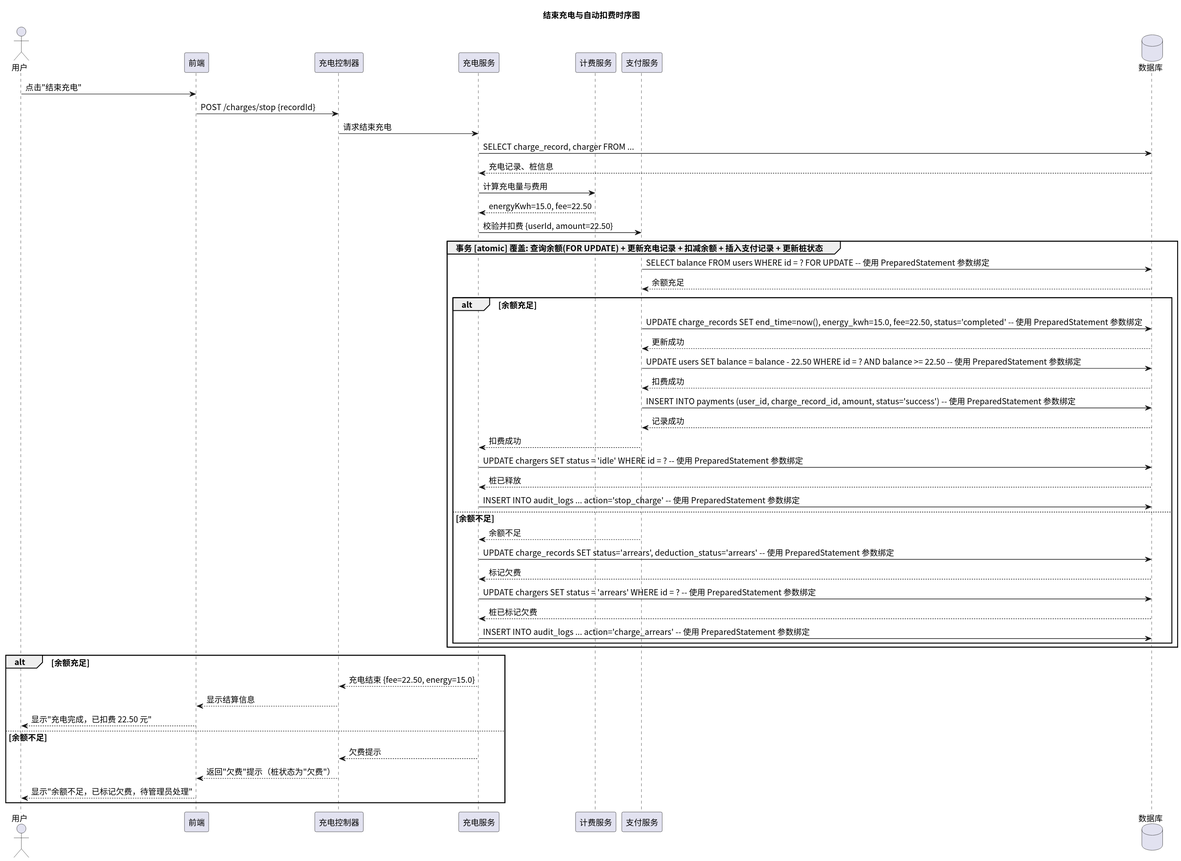
The PlantUML diagram time/img/sequence_stop_charge.svg in greenhandzdl/charging-station-doc, before a commit.
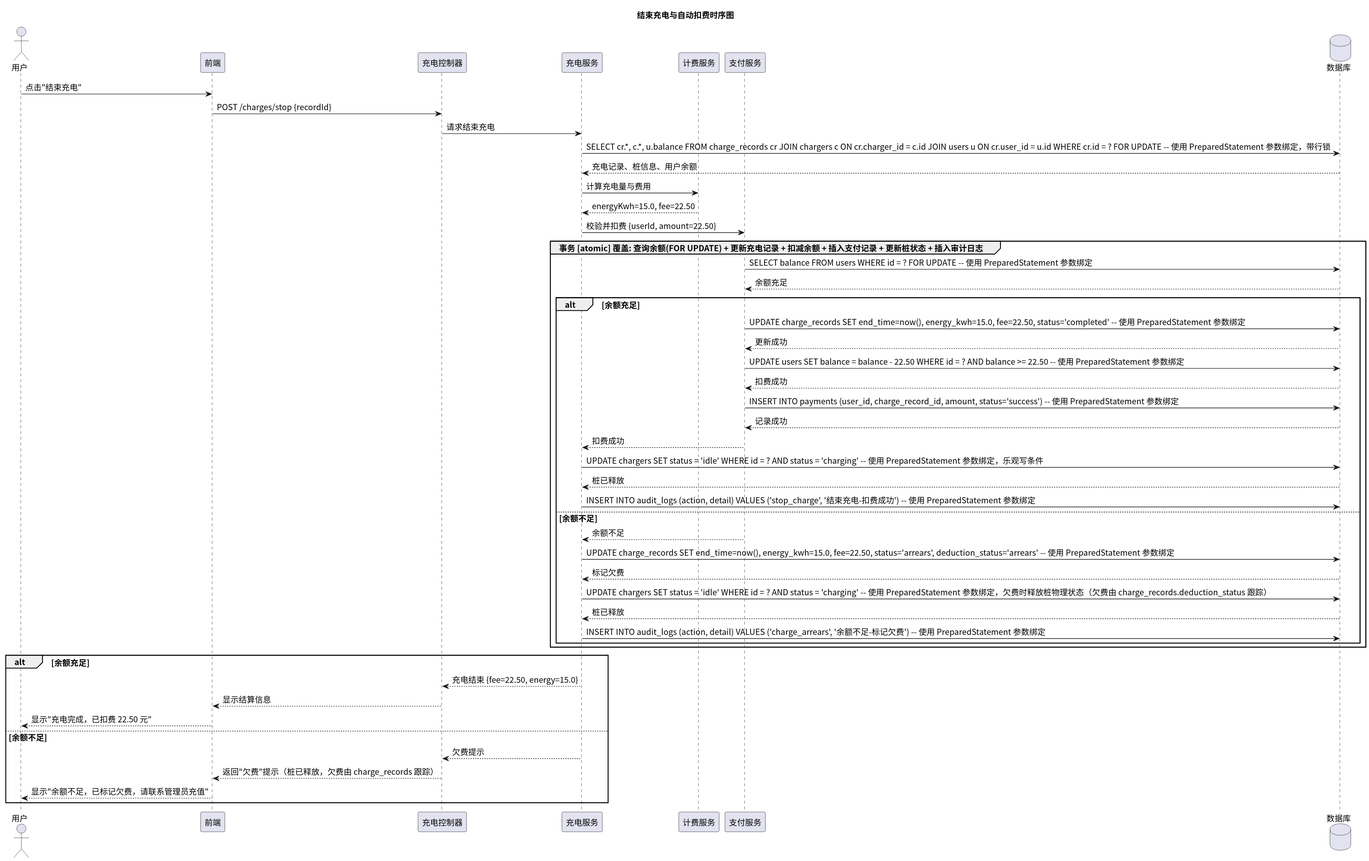
The same diagram one commit later.

Change to the diagram source:
```diff
@@ -15,15 +15,15 @@
 FE -> Ctrl: POST /charges/stop {recordId}
 Ctrl -> Service: 请求结束充电
 
-Service -> DB: SELECT charge_record, charger FROM ...
-DB --> Service: 充电记录、桩信息
+Service -> DB: SELECT cr.*, c.*, u.balance FROM charge_records cr JOIN chargers c ON cr.charger_id = c.id JOIN users u ON cr.user_id = u.id WHERE cr.id = ? FOR UPDATE -- 使用 PreparedStatement 参数绑定，带行锁
+DB --> Service: 充电记录、桩信息、用户余额
 
 Service -> Bill: 计算充电量与费用
 Bill --> Service: energyKwh=15.0, fee=22.50
 
 Service -> Pay: 校验并扣费 {userId, amount=22.50}
 
-group 事务 [atomic] 覆盖: 查询余额(FOR UPDATE) + 更新充电记录 + 扣减余额 + 插入支付记录 + 更新桩状态
+group 事务 [atomic] 覆盖: 查询余额(FOR UPDATE) + 更新充电记录 + 扣减余额 + 插入支付记录 + 更新桩状态 + 插入审计日志
   Pay -> DB: SELECT balance FROM users WHERE id = ? FOR UPDATE -- 使用 PreparedStatement 参数绑定
   DB --> Pay: 余额充足
 
@@ -39,20 +39,20 @@
 
     Pay --> Service: 扣费成功
 
-    Service -> DB: UPDATE chargers SET status = 'idle' WHERE id = ? -- 使用 PreparedStatement 参数绑定
+    Service -> DB: UPDATE chargers SET status = 'idle' WHERE id = ? AND status = 'charging' -- 使用 PreparedStatement 参数绑定，乐观写条件
     DB --> Service: 桩已释放
 
-    Service -> DB: INSERT INTO audit_logs ... action='stop_charge' -- 使用 PreparedStatement 参数绑定
+    Service -> DB: INSERT INTO audit_logs (action, detail) VALUES ('stop_charge', '结束充电-扣费成功') -- 使用 PreparedStatement 参数绑定
   else 余额不足
     Pay --> Service: 余额不足
 
-    Service -> DB: UPDATE charge_records SET status='arrears', deduction_status='arrears' -- 使用 PreparedStatement 参数绑定
+    Service -> DB: UPDATE charge_records SET end_time=now(), energy_kwh=15.0, fee=22.50, status='arrears', deduction_status='arrears' -- 使用 PreparedStatement 参数绑定
     DB --> Service: 标记欠费
 
-    Service -> DB: UPDATE chargers SET status = 'arrears' WHERE id = ? -- 使用 PreparedStatement 参数绑定
-    DB --> Service: 桩已标记欠费
+    Service -> DB: UPDATE chargers SET status = 'idle' WHERE id = ? AND status = 'charging' -- 使用 PreparedStatement 参数绑定，欠费时释放桩物理状态（欠费由 charge_records.deduction_status 跟踪）
+    DB --> Service: 桩已释放
 
-    Service -> DB: INSERT INTO audit_logs ... action='charge_arrears' -- 使用 PreparedStatement 参数绑定
+    Service -> DB: INSERT INTO audit_logs (action, detail) VALUES ('charge_arrears', '余额不足-标记欠费') -- 使用 PreparedStatement 参数绑定
   end
 end
 
@@ -62,7 +62,7 @@
   FE --> U: 显示"充电完成，已扣费 22.50 元"
 else 余额不足
   Service --> Ctrl: 欠费提示
-  Ctrl --> FE: 返回"欠费"提示（桩状态为"欠费"）
-  FE --> U: 显示"余额不足，已标记欠费，待管理员处理"
+  Ctrl --> FE: 返回"欠费"提示（桩已释放，欠费由 charge_records 跟踪）
+  FE --> U: 显示"余额不足，已标记欠费，请联系管理员充值"
 end
 @enduml
```
